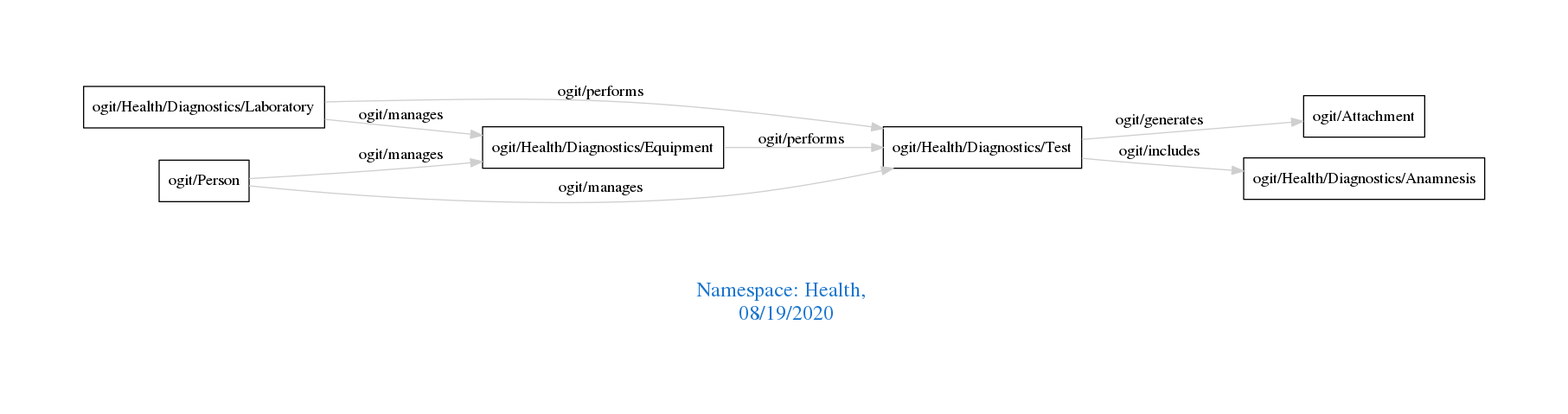
Above: downloads/Health.png in arago/OGIT (Graphviz), before the change. Its source is kept beside it as downloads/Health.dot.
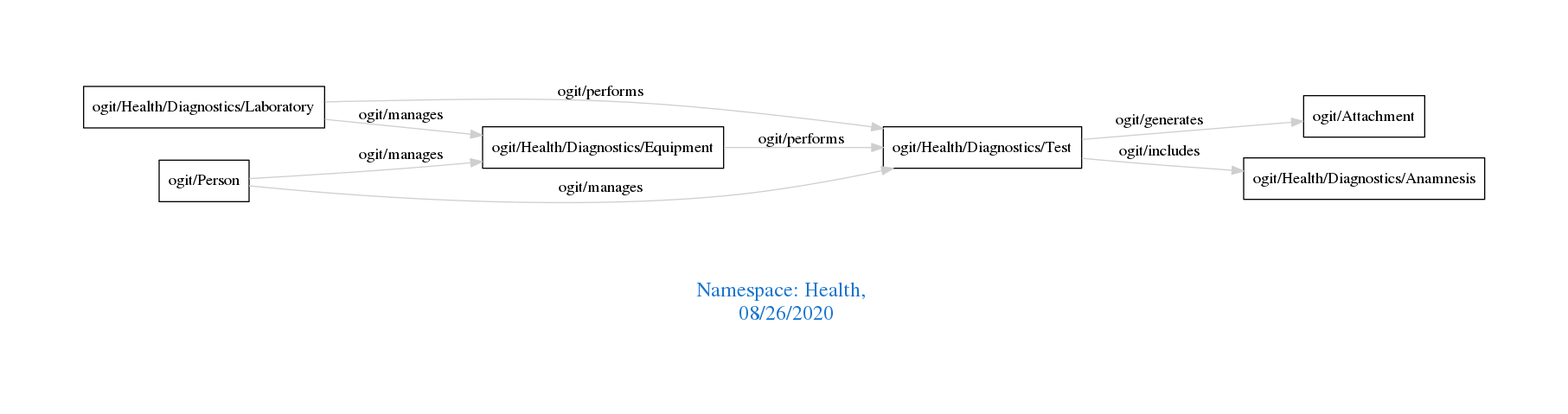
The same diagram one commit later.

Change to the diagram source:
```diff
@@ -1,7 +1,7 @@
 digraph OGIT_ontology {
  graph [ rankdir= LR,pad=1
 fontsize = 18,
-fontcolor= dodgerblue3,label = "\n\n\nNamespace: Health, \n 08/19/2020"];
+fontcolor= dodgerblue3,label = "\n\n\nNamespace: Health, \n 08/26/2020"];
 node[shape=polygon];
 edge [  color="gray81"];
 
```
